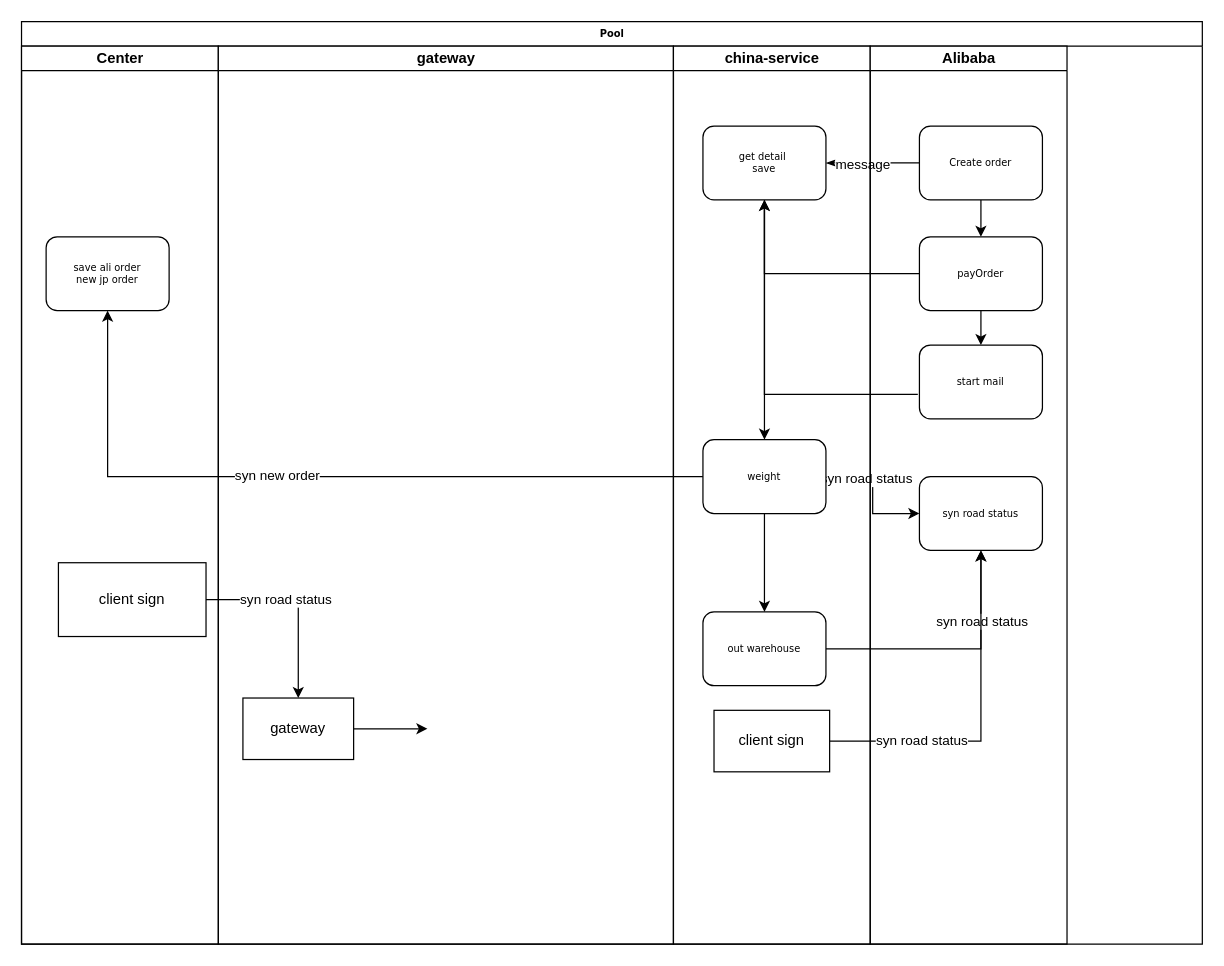
This is Untitled Diagram.drawio from Haynar51/config-repo, a draw.io file, before an edit. Source tidied: cells renumbered, new cells numbered last; positions are measured from the earlier drawing's top-left corner, leaving out a move shared by most shapes. Both pictures are drawn from the tidied source at 123%, with x=0, y=0 at pixel (21, 21).
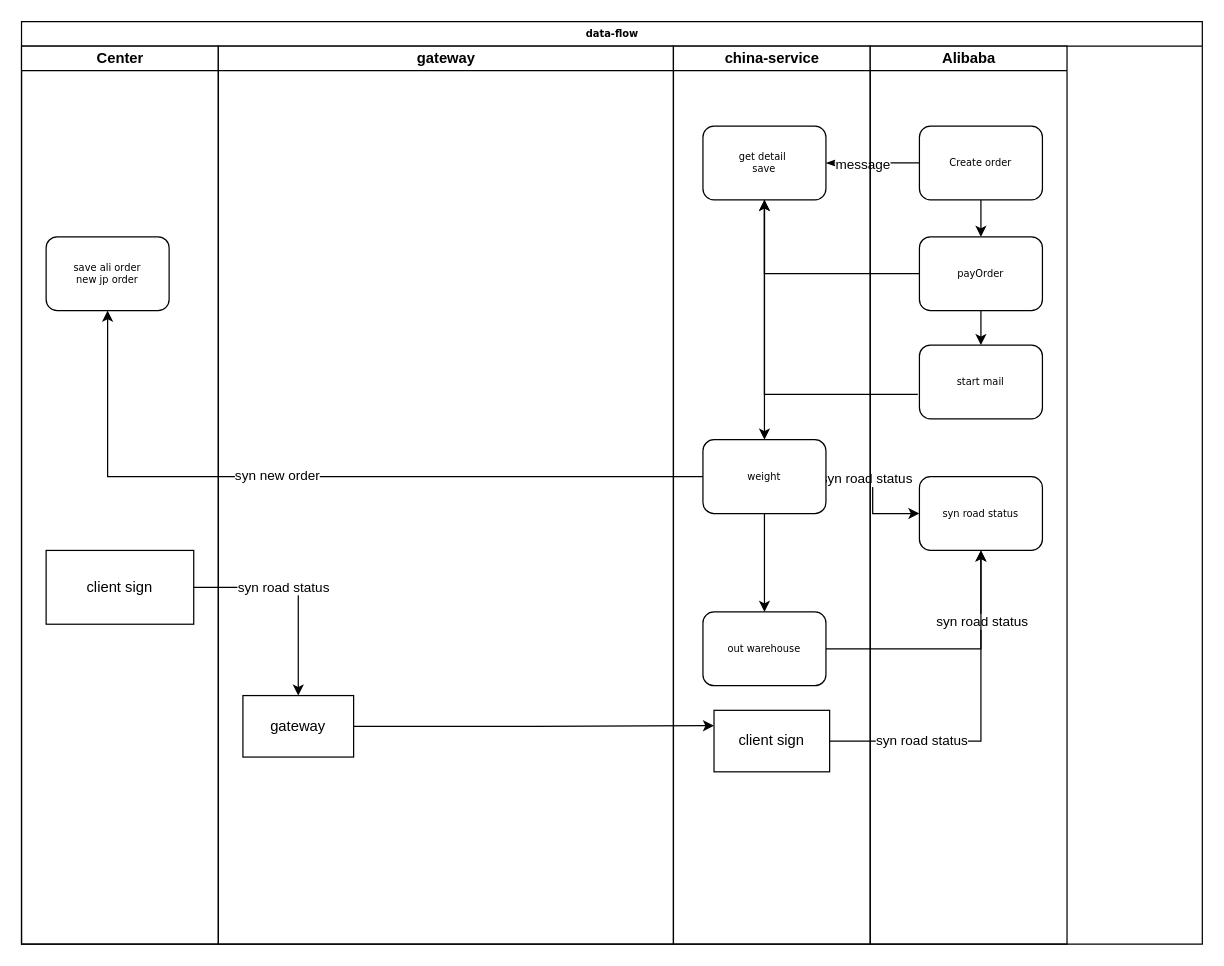
The same page after the edit.

Commit message (it also covers changes not shown here):
alibaba-data-flow

The change refers to these unchanged cells:
```xml
<mxCell id="3" value="Center" style="swimlane;html=1;startSize=20;" parent="2" vertex="1">
  <mxGeometry y="20" width="160" height="730" as="geometry" />
</mxCell>
<mxCell id="20" value="gateway" style="swimlane;html=1;startSize=20;" parent="2" vertex="1">
  <mxGeometry x="160" y="20" width="370" height="730" as="geometry" />
</mxCell>
<mxCell id="29" value="client sign" style="whiteSpace=wrap;html=1;" parent="23" vertex="1">
  <mxGeometry x="33" y="540" width="94" height="50" as="geometry" />
</mxCell>
```

What changed in the source:
```diff
@@
-    <mxCell id="2" value="Pool" style="swimlane;html=1;startSize=20;rounded=0;shadow=0;labelBackgroundColor=none;strokeWidth=1;fontFamily=Verdana;fontSize=8;align=center;" parent="1" vertex="1">
+    <mxCell id="2" value="data-flow" style="swimlane;html=1;startSize=20;rounded=0;shadow=0;labelBackgroundColor=none;strokeWidth=1;fontFamily=Verdana;fontSize=8;align=center;" parent="1" vertex="1">
       <mxGeometry width="960" height="750" as="geometry" />
     </mxCell>
@@
     <mxCell id="5" value="client sign" style="whiteSpace=wrap;html=1;" parent="3" vertex="1">
-      <mxGeometry x="30" y="420" width="120" height="60" as="geometry" />
+      <mxGeometry x="20" y="410" width="120" height="60" as="geometry" />
     </mxCell>
@@
-    <mxCell id="21" style="edgeStyle=orthogonalEdgeStyle;rounded=0;jettySize=auto;html=1;" parent="20" edge="1" source="22">
-      <mxGeometry relative="1" as="geometry">
-        <mxPoint x="170" y="555" as="targetPoint" />
-      </mxGeometry>
-    </mxCell>
     <mxCell id="22" value="gateway" style="whiteSpace=wrap;html=1;" parent="20" vertex="1">
-      <mxGeometry x="20" y="530" width="90" height="50" as="geometry" />
+      <mxGeometry x="20" y="528" width="90" height="50" as="geometry" />
     </mxCell>
@@
+    <mxCell id="21" style="edgeStyle=orthogonalEdgeStyle;rounded=0;jettySize=auto;html=1;entryX=0;entryY=0.25;entryDx=0;entryDy=0;" parent="2" edge="1" source="22" target="29">
+      <mxGeometry relative="1" as="geometry" />
+    </mxCell>
```
